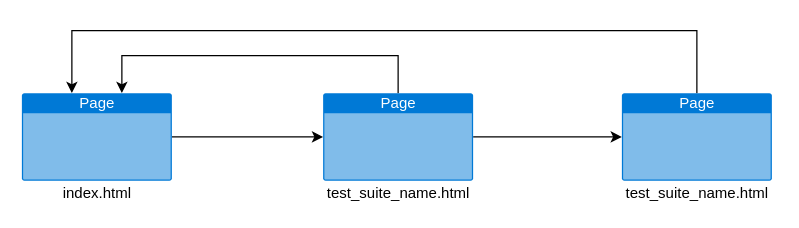
Above: page "structure" (2 of 3) of doc/design/gtest2html.drawio in CountrySideEngineer/gtest2html (draw.io), before the change. Source tidied: cells renumbered, new cells numbered last; positions are measured from the earlier drawing's top-left corner, leaving out a move shared by most shapes. Both pictures are drawn from the tidied source at 125%, with x=0, y=0 at pixel (21, 30).
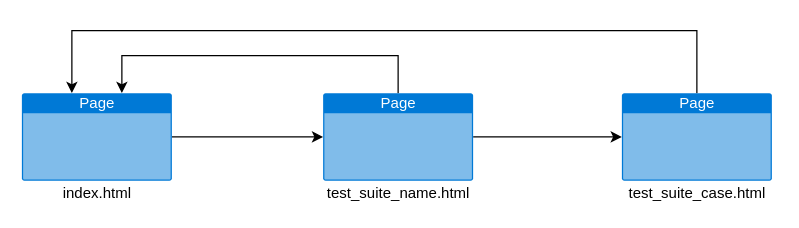
After the change.

Diff of the diagram source:
```diff
@@
 <mxGraphModel>
   <root>
     <mxCell id="0" />
     <mxCell id="1" parent="0" />
     <mxCell id="2" style="edgeStyle=orthogonalEdgeStyle;rounded=0;jettySize=auto;html=1;" parent="1" edge="1" source="3" target="6">
       <mxGeometry relative="1" as="geometry" />
     </mxCell>
     <mxCell id="3" value="Page" style="html=1;strokeColor=none;fillColor=#0079D6;labelPosition=center;verticalLabelPosition=middle;verticalAlign=top;align=center;fontSize=12;outlineConnect=0;spacingTop=-6;fontColor=#FFFFFF;shape=mxgraph.sitemap.page;" parent="1" vertex="1">
       <mxGeometry y="50" width="120" height="70" as="geometry" />
     </mxCell>
     <mxCell id="4" style="edgeStyle=orthogonalEdgeStyle;rounded=0;jettySize=auto;html=1;" parent="1" edge="1" source="6" target="10">
       <mxGeometry relative="1" as="geometry" />
     </mxCell>
     <mxCell id="5" style="edgeStyle=orthogonalEdgeStyle;rounded=0;jettySize=auto;html=1;" parent="1" edge="1" source="6" target="3">
       <mxGeometry relative="1" as="geometry">
         <Array as="points">
           <mxPoint x="301" y="20" />
           <mxPoint x="80" y="20" />
         </Array>
       </mxGeometry>
     </mxCell>
     <mxCell id="6" value="Page" style="html=1;strokeColor=none;fillColor=#0079D6;labelPosition=center;verticalLabelPosition=middle;verticalAlign=top;align=center;fontSize=12;outlineConnect=0;spacingTop=-6;fontColor=#FFFFFF;shape=mxgraph.sitemap.page;" parent="1" vertex="1">
       <mxGeometry x="241" y="50" width="120" height="70" as="geometry" />
     </mxCell>
     <mxCell id="7" value="index.html" style="text;html=1;align=center;verticalAlign=middle;fillColor=none;strokeColor=none;rounded=0;" parent="1" vertex="1">
       <mxGeometry x="25" y="120" width="70" height="20" as="geometry" />
     </mxCell>
     <mxCell id="8" value="test_suite_name.html" style="text;html=1;align=center;verticalAlign=middle;fillColor=none;strokeColor=none;rounded=0;" parent="1" vertex="1">
       <mxGeometry x="236" y="120" width="130" height="20" as="geometry" />
     </mxCell>
     <mxCell id="9" style="edgeStyle=orthogonalEdgeStyle;rounded=0;jettySize=auto;html=1;" parent="1" edge="1" source="10" target="3">
       <mxGeometry relative="1" as="geometry">
         <Array as="points">
           <mxPoint x="540" />
           <mxPoint x="40" />
         </Array>
       </mxGeometry>
     </mxCell>
     <mxCell id="10" value="Page" style="html=1;strokeColor=none;fillColor=#0079D6;labelPosition=center;verticalLabelPosition=middle;verticalAlign=top;align=center;fontSize=12;outlineConnect=0;spacingTop=-6;fontColor=#FFFFFF;shape=mxgraph.sitemap.page;" parent="1" vertex="1">
       <mxGeometry x="480" y="50" width="120" height="70" as="geometry" />
     </mxCell>
-    <mxCell id="11" value="test_suite_name.html" style="text;html=1;align=center;verticalAlign=middle;fillColor=none;strokeColor=none;rounded=0;" parent="1" vertex="1">
-      <mxGeometry x="475" y="120" width="130" height="20" as="geometry" />
+    <mxCell id="11" value="test_suite_case.html" style="text;html=1;align=center;verticalAlign=middle;fillColor=none;strokeColor=none;rounded=0;" parent="1" vertex="1">
+      <mxGeometry x="480" y="120" width="120" height="20" as="geometry" />
     </mxCell>
   </root>
 </mxGraphModel>
```
